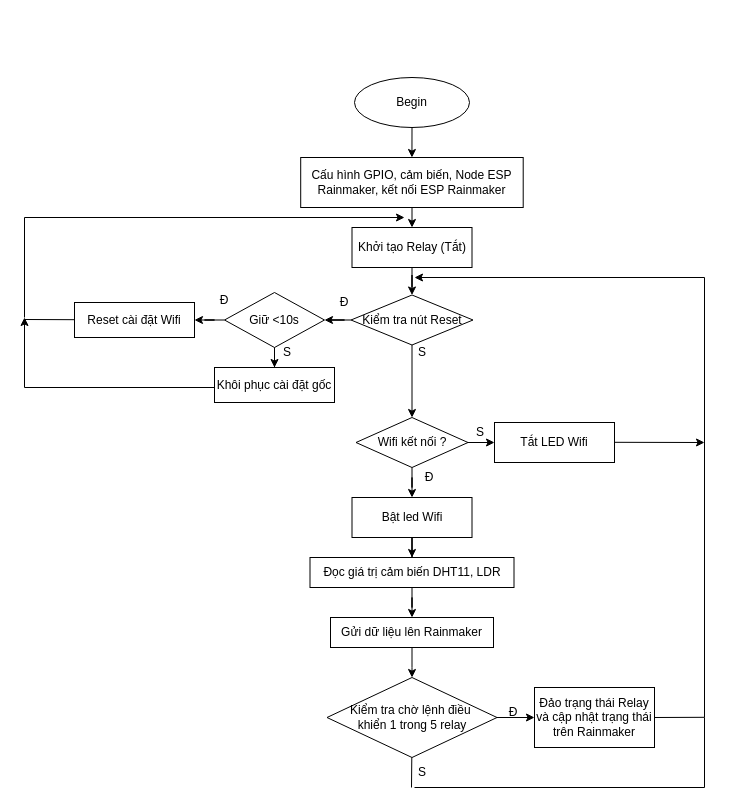
Above: page "Điều khiển tải" (3 of 3) of home.drawio in 106210049/Smart-home (draw.io), before the change. Source tidied: cells renumbered, new cells numbered last; positions are measured from the earlier drawing's top-left corner, leaving out a move shared by most shapes. Both pictures are drawn from the tidied source at 100%, with x=0, y=0 at pixel (24, 77).
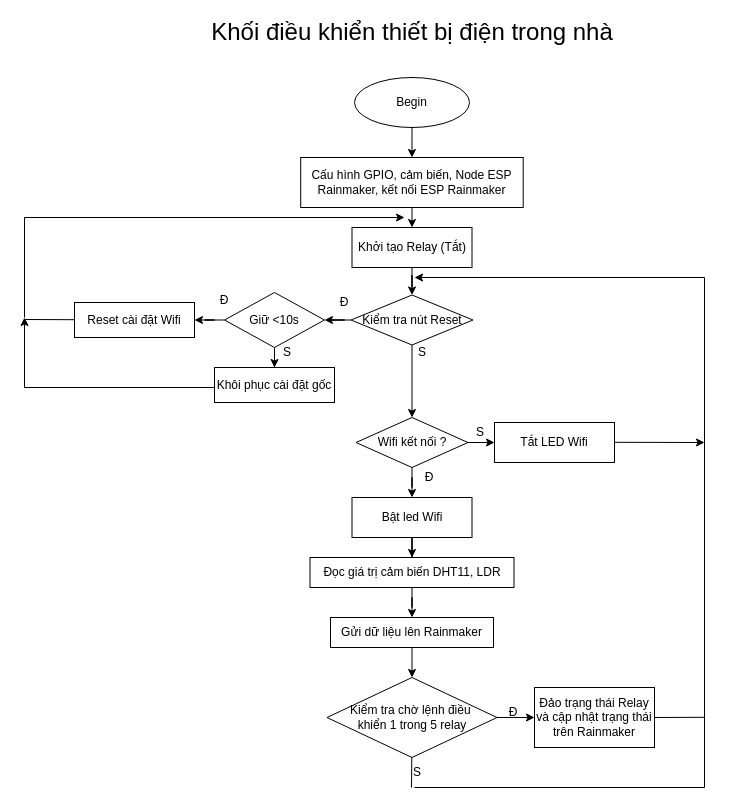
After the change.

What changed in the source:
```diff
@@
     <mxCell id="48" value="S" style="text;strokeColor=none;align=center;fillColor=none;html=1;verticalAlign=middle;whiteSpace=wrap;rounded=0;" parent="1" vertex="1">
-      <mxGeometry x="385" y="680" width="26.2" height="30" as="geometry" />
+      <mxGeometry x="380" y="680" width="26.2" height="30" as="geometry" />
     </mxCell>
+    <mxCell id="49" value="&lt;font style=&quot;font-size: 24px;&quot;&gt;Khối điều khiển thiết bị điện trong nhà&lt;/font&gt;" style="text;strokeColor=none;align=center;fillColor=none;html=1;verticalAlign=middle;whiteSpace=wrap;rounded=0;" parent="1" vertex="1">
+      <mxGeometry x="107.5" y="-60" width="560" height="30" as="geometry" />
+    </mxCell>
```
